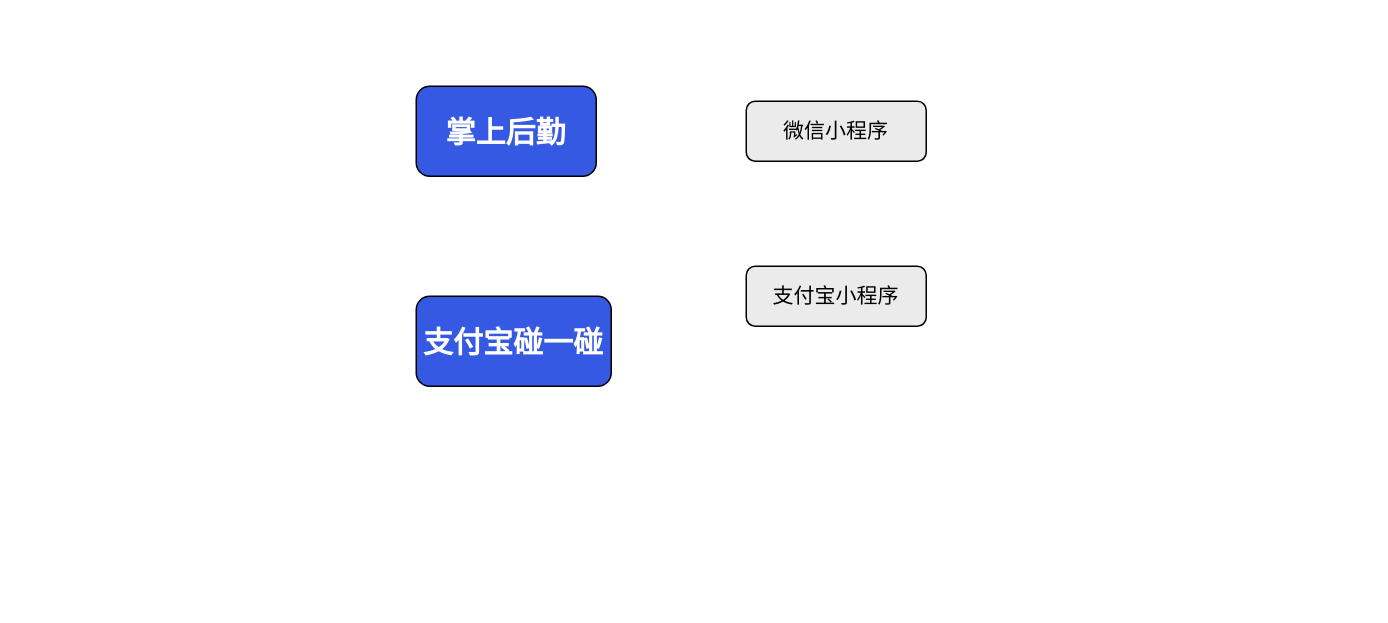
Before: 思维导图.drawio in bzerozero7/test, a draw.io diagram. Source tidied: cells renumbered, new cells numbered last; positions are measured from the earlier drawing's top-left corner, leaving out a move shared by most shapes. Both pictures are drawn from the tidied source at 150%, with x=0, y=0 at pixel (416, 86).
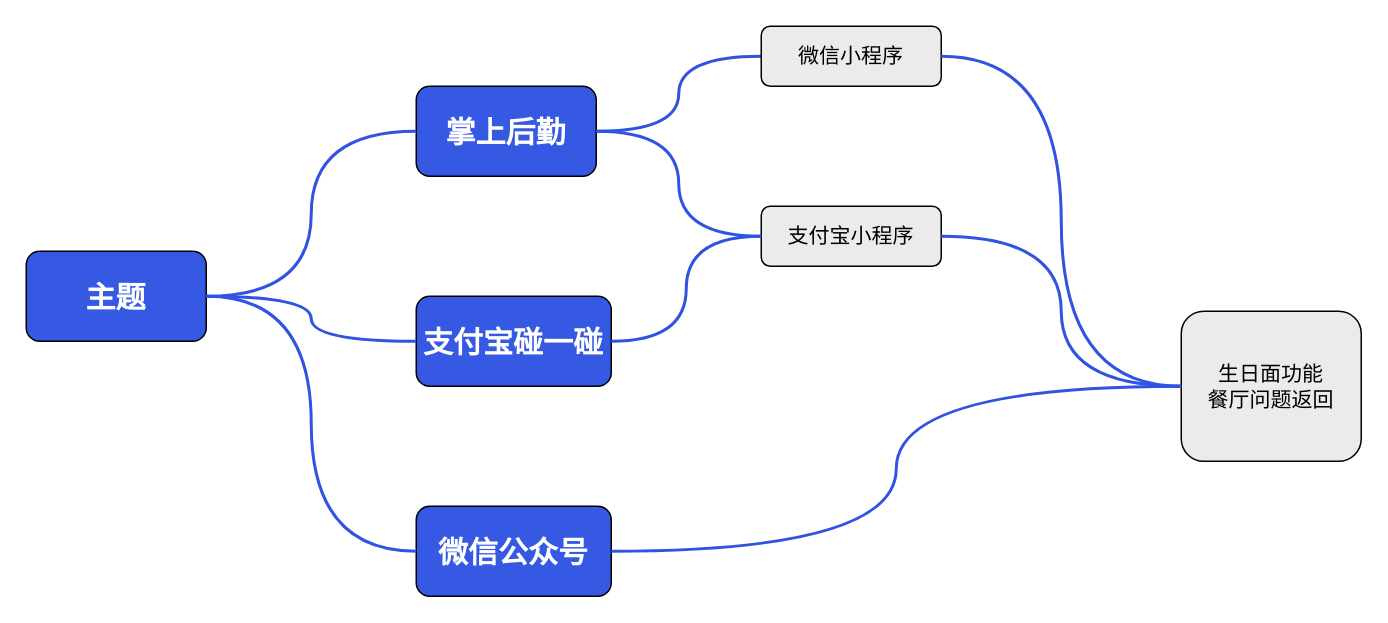
Above is the later version.

Commit message:
更新思维导图.drawio

The edit, as a diff of the source:
```diff
@@
 <mxGraphModel>
   <root>
     <mxCell id="0" />
     <mxCell id="1" parent="0" />
+    <mxCell id="6" style="rounded=0;jettySize=auto;html=1;exitX=1;exitY=0.5;exitDx=0;exitDy=0;entryX=0;entryY=0.5;entryDx=0;entryDy=0;edgeStyle=orthogonalEdgeStyle;endArrow=none;endFill=0;strokeColor=#3054E1;jumpStyle=none;curved=1;strokeWidth=2;" parent="1" edge="1" source="2" target="4">
+      <mxGeometry relative="1" as="geometry" />
+    </mxCell>
     <mxCell id="2" value="&lt;font style=&quot;color: rgb(255, 255, 255); font-size: 20px;&quot;&gt;&lt;b style=&quot;&quot;&gt;掌上后勤&lt;/b&gt;&lt;/font&gt;" style="rounded=1;whiteSpace=wrap;html=1;fillColor=#3659E4;" parent="1" vertex="1">
       <mxGeometry width="120" height="60" as="geometry" />
     </mxCell>
     <mxCell id="3" value="&lt;font color=&quot;#ffffff&quot;&gt;&lt;span style=&quot;font-size: 20px;&quot;&gt;&lt;b&gt;支付宝碰一碰&lt;/b&gt;&lt;/span&gt;&lt;/font&gt;" style="rounded=1;whiteSpace=wrap;html=1;fillColor=#3659E4;" parent="1" vertex="1">
       <mxGeometry y="140" width="130" height="60" as="geometry" />
     </mxCell>
     <mxCell id="4" value="&lt;font style=&quot;font-size: 14px;&quot;&gt;微信小程序&lt;/font&gt;" style="rounded=1;whiteSpace=wrap;html=1;fillColor=#EBEBEB;" parent="1" vertex="1">
-      <mxGeometry x="220" y="10" width="120" height="40" as="geometry" />
+      <mxGeometry x="230" y="-40" width="120" height="40" as="geometry" />
     </mxCell>
     <mxCell id="5" value="&lt;span style=&quot;font-size: 14px;&quot;&gt;支付宝小程序&lt;/span&gt;" style="rounded=1;whiteSpace=wrap;html=1;fillColor=#EBEBEB;" parent="1" vertex="1">
-      <mxGeometry x="220" y="120" width="120" height="40" as="geometry" />
+      <mxGeometry x="230" y="80" width="120" height="40" as="geometry" />
     </mxCell>
+    <mxCell id="7" style="rounded=0;jettySize=auto;html=1;exitX=1;exitY=0.5;exitDx=0;exitDy=0;entryX=0;entryY=0.5;entryDx=0;entryDy=0;edgeStyle=orthogonalEdgeStyle;endArrow=none;endFill=0;strokeColor=#3054E1;jumpStyle=none;curved=1;strokeWidth=2;" parent="1" edge="1" source="2" target="5">
+      <mxGeometry relative="1" as="geometry" />
+    </mxCell>
+    <mxCell id="8" style="rounded=0;jettySize=auto;html=1;exitX=1;exitY=0.5;exitDx=0;exitDy=0;entryX=0;entryY=0.5;entryDx=0;entryDy=0;edgeStyle=orthogonalEdgeStyle;endArrow=none;endFill=0;strokeColor=#3054E1;jumpStyle=none;curved=1;strokeWidth=2;" parent="1" edge="1" source="3" target="5">
+      <mxGeometry relative="1" as="geometry" />
+    </mxCell>
+    <mxCell id="9" value="&lt;span style=&quot;font-size: 14px;&quot;&gt;生日面功能&lt;/span&gt;&lt;div&gt;&lt;span style=&quot;font-size: 14px;&quot;&gt;餐厅问题返回&lt;/span&gt;&lt;/div&gt;" style="rounded=1;whiteSpace=wrap;html=1;fillColor=#EBEBEB;" parent="1" vertex="1">
+      <mxGeometry x="510" y="150" width="120" height="100" as="geometry" />
+    </mxCell>
+    <mxCell id="10" value="&lt;font color=&quot;#ffffff&quot;&gt;&lt;span style=&quot;font-size: 20px;&quot;&gt;&lt;b&gt;主题&lt;/b&gt;&lt;/span&gt;&lt;/font&gt;" style="rounded=1;whiteSpace=wrap;html=1;fillColor=#3659E4;" parent="1" vertex="1">
+      <mxGeometry x="-260" y="110" width="120" height="60" as="geometry" />
+    </mxCell>
+    <mxCell id="11" style="rounded=0;jettySize=auto;html=1;edgeStyle=orthogonalEdgeStyle;endArrow=none;endFill=0;strokeColor=#3054E1;jumpStyle=none;curved=1;strokeWidth=2;entryX=0;entryY=0.5;entryDx=0;entryDy=0;exitX=1;exitY=0.5;exitDx=0;exitDy=0;" parent="1" edge="1" source="10" target="2">
+      <mxGeometry relative="1" as="geometry" />
+    </mxCell>
+    <mxCell id="12" style="rounded=0;jettySize=auto;html=1;exitX=1;exitY=0.5;exitDx=0;exitDy=0;edgeStyle=orthogonalEdgeStyle;endArrow=none;endFill=0;strokeColor=#3054E1;jumpStyle=none;curved=1;strokeWidth=2;entryX=0;entryY=0.5;entryDx=0;entryDy=0;" parent="1" edge="1" source="10" target="3">
+      <mxGeometry relative="1" as="geometry" />
+    </mxCell>
+    <mxCell id="13" value="&lt;font color=&quot;#ffffff&quot;&gt;&lt;span style=&quot;font-size: 20px;&quot;&gt;&lt;b&gt;微信公众号&lt;/b&gt;&lt;/span&gt;&lt;/font&gt;" style="rounded=1;whiteSpace=wrap;html=1;fillColor=#3659E4;" parent="1" vertex="1">
+      <mxGeometry y="280" width="130" height="60" as="geometry" />
+    </mxCell>
+    <mxCell id="14" style="rounded=0;jettySize=auto;html=1;exitX=1;exitY=0.5;exitDx=0;exitDy=0;edgeStyle=orthogonalEdgeStyle;endArrow=none;endFill=0;strokeColor=#3054E1;jumpStyle=none;curved=1;strokeWidth=2;entryX=0;entryY=0.5;entryDx=0;entryDy=0;" parent="1" edge="1" source="10" target="13">
+      <mxGeometry relative="1" as="geometry" />
+    </mxCell>
+    <mxCell id="15" style="rounded=0;jettySize=auto;html=1;exitX=1;exitY=0.5;exitDx=0;exitDy=0;entryX=0;entryY=0.5;entryDx=0;entryDy=0;edgeStyle=orthogonalEdgeStyle;endArrow=none;endFill=0;strokeColor=#3054E1;jumpStyle=none;curved=1;strokeWidth=2;" parent="1" edge="1" source="4" target="9">
+      <mxGeometry relative="1" as="geometry" />
+    </mxCell>
+    <mxCell id="16" style="rounded=0;jettySize=auto;html=1;exitX=1;exitY=0.5;exitDx=0;exitDy=0;entryX=0;entryY=0.5;entryDx=0;entryDy=0;edgeStyle=orthogonalEdgeStyle;endArrow=none;endFill=0;strokeColor=#3054E1;jumpStyle=none;curved=1;strokeWidth=2;" parent="1" edge="1" source="5" target="9">
+      <mxGeometry relative="1" as="geometry" />
+    </mxCell>
+    <mxCell id="17" style="rounded=0;jettySize=auto;html=1;entryX=0;entryY=0.5;entryDx=0;entryDy=0;edgeStyle=orthogonalEdgeStyle;endArrow=none;endFill=0;strokeColor=#3054E1;jumpStyle=none;curved=1;strokeWidth=2;" parent="1" edge="1" source="13" target="9">
+      <mxGeometry relative="1" as="geometry" />
+    </mxCell>
   </root>
 </mxGraphModel>
```
